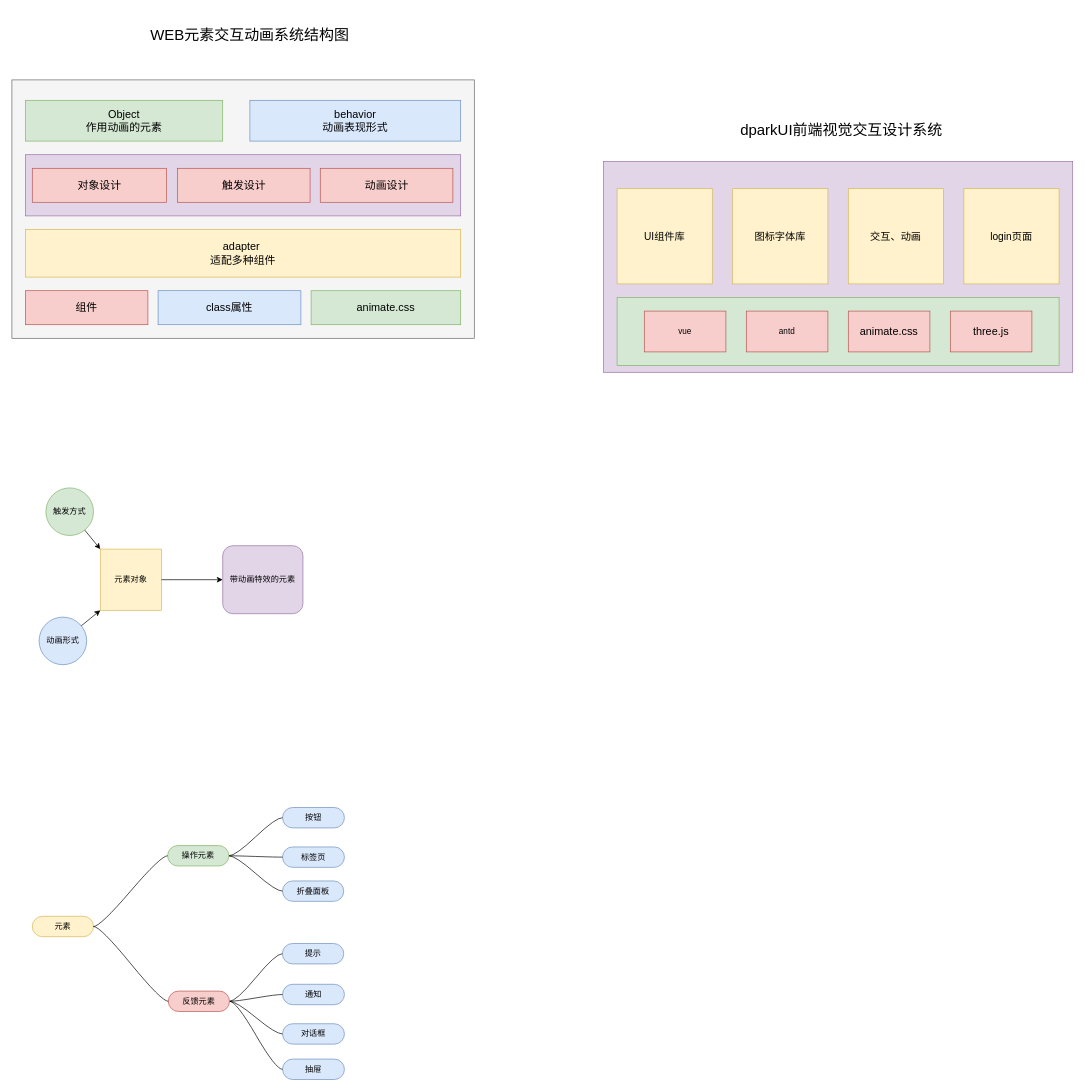
meterXu/drawiofile keeps this draw.io diagram as WEB元素交互动画系统设计.drawio. Above is the earlier version. Source tidied: cells renumbered, new cells numbered last; positions are measured from the earlier drawing's top-left corner, leaving out a move shared by most shapes. Both pictures are drawn from the tidied source at 68%, with x=0, y=0 at pixel (12, 12).
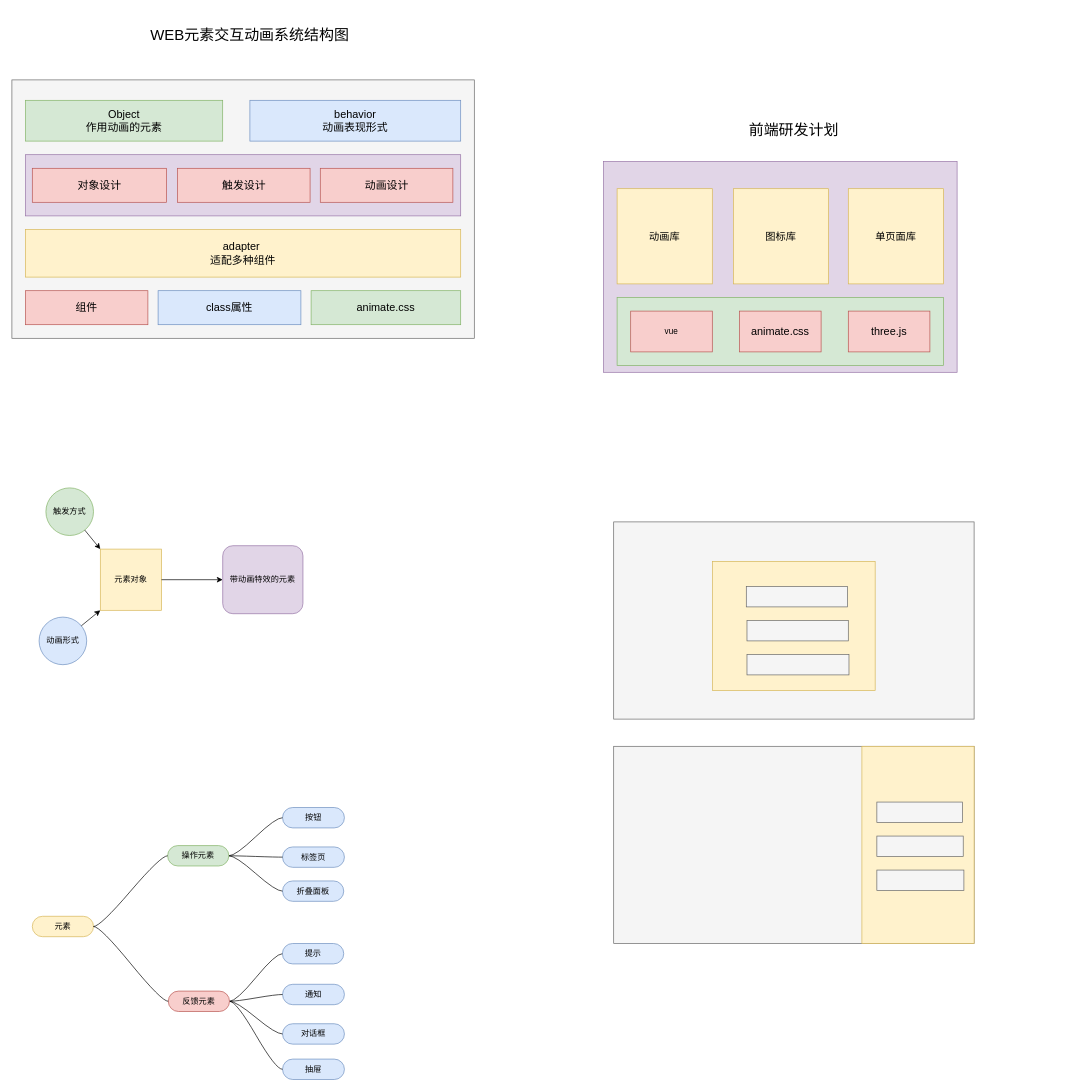
Above is the later version.

Commit message:
Update WEB元素交互动画系统设计.drawio

Diff of the diagram source:
```diff
@@
     <mxCell id="40" style="rounded=0;whiteSpace=wrap;html=1;fillColor=#e1d5e7;strokeColor=#9673a6;" parent="1" vertex="1">
-      <mxGeometry x="870" y="220" width="690" height="310" as="geometry" />
+      <mxGeometry x="870" y="220" width="520" height="310" as="geometry" />
     </mxCell>
-    <mxCell id="41" value="&lt;font style=&quot;font-size: 22px&quot;&gt;dparkUI前端视觉交互设计系统&lt;/font&gt;" style="text;html=1;strokeColor=none;fillColor=none;align=center;verticalAlign=middle;whiteSpace=wrap;rounded=0;" parent="1" vertex="1">
-      <mxGeometry x="1050" y="140" width="340" height="70" as="geometry" />
+    <mxCell id="41" value="&lt;font style=&quot;font-size: 22px&quot;&gt;前端研发计划&lt;/font&gt;" style="text;html=1;strokeColor=none;fillColor=none;align=center;verticalAlign=middle;whiteSpace=wrap;rounded=0;" parent="1" vertex="1">
+      <mxGeometry x="980" y="140" width="340" height="70" as="geometry" />
     </mxCell>
-    <mxCell id="42" value="&lt;font style=&quot;font-size: 15px&quot;&gt;UI组件库&lt;/font&gt;" style="rounded=0;whiteSpace=wrap;html=1;fillColor=#fff2cc;strokeColor=#d6b656;" parent="1" vertex="1">
-      <mxGeometry x="890" y="260" width="140" height="140" as="geometry" />
-    </mxCell>
-    <mxCell id="43" value="&lt;font style=&quot;font-size: 15px&quot;&gt;图标字体库&lt;/font&gt;" style="rounded=0;whiteSpace=wrap;html=1;fillColor=#fff2cc;strokeColor=#d6b656;" parent="1" vertex="1">
-      <mxGeometry x="1060" y="260" width="140" height="140" as="geometry" />
+    <mxCell id="43" value="&lt;font style=&quot;font-size: 15px&quot;&gt;图标库&lt;/font&gt;" style="rounded=0;whiteSpace=wrap;html=1;fillColor=#fff2cc;strokeColor=#d6b656;" parent="1" vertex="1">
+      <mxGeometry x="1061" y="260" width="140" height="140" as="geometry" />
     </mxCell>
-    <mxCell id="44" value="&lt;font style=&quot;font-size: 15px&quot;&gt;交互、动画&lt;/font&gt;" style="rounded=0;whiteSpace=wrap;html=1;fillColor=#fff2cc;strokeColor=#d6b656;" parent="1" vertex="1">
-      <mxGeometry x="1230" y="260" width="140" height="140" as="geometry" />
+    <mxCell id="44" value="&lt;font style=&quot;font-size: 15px&quot;&gt;动画库&lt;/font&gt;" style="rounded=0;whiteSpace=wrap;html=1;fillColor=#fff2cc;strokeColor=#d6b656;" parent="1" vertex="1">
+      <mxGeometry x="890" y="260" width="140" height="140" as="geometry" />
     </mxCell>
-    <mxCell id="45" value="&lt;font style=&quot;font-size: 15px&quot;&gt;login页面&lt;/font&gt;" style="rounded=0;whiteSpace=wrap;html=1;fillColor=#fff2cc;strokeColor=#d6b656;" parent="1" vertex="1">
-      <mxGeometry x="1400" y="260" width="140" height="140" as="geometry" />
+    <mxCell id="45" value="&lt;font style=&quot;font-size: 15px&quot;&gt;单页面库&lt;/font&gt;" style="rounded=0;whiteSpace=wrap;html=1;fillColor=#fff2cc;strokeColor=#d6b656;" parent="1" vertex="1">
+      <mxGeometry x="1230" y="260" width="140" height="140" as="geometry" />
     </mxCell>
     <mxCell id="46" style="rounded=0;whiteSpace=wrap;html=1;fillColor=#d5e8d4;strokeColor=#82b366;" parent="1" vertex="1">
-      <mxGeometry x="890" y="420" width="650" height="100" as="geometry" />
+      <mxGeometry x="890" y="420" width="480" height="100" as="geometry" />
     </mxCell>
     <mxCell id="47" value="vue" style="rounded=0;whiteSpace=wrap;html=1;fillColor=#f8cecc;strokeColor=#b85450;" parent="1" vertex="1">
-      <mxGeometry x="930" y="440" width="120" height="60" as="geometry" />
+      <mxGeometry x="910" y="440" width="120" height="60" as="geometry" />
     </mxCell>
-    <mxCell id="48" value="antd" style="rounded=0;whiteSpace=wrap;html=1;fillColor=#f8cecc;strokeColor=#b85450;" parent="1" vertex="1">
-      <mxGeometry x="1080" y="440" width="120" height="60" as="geometry" />
-    </mxCell>
     <mxCell id="49" value="&lt;span style=&quot;font-size: 16px&quot;&gt;animate.css&lt;/span&gt;" style="rounded=0;whiteSpace=wrap;html=1;fillColor=#f8cecc;strokeColor=#b85450;" parent="1" vertex="1">
-      <mxGeometry x="1230" y="440" width="120" height="60" as="geometry" />
+      <mxGeometry x="1070" y="440" width="120" height="60" as="geometry" />
     </mxCell>
     <mxCell id="50" value="&lt;span style=&quot;font-size: 16px&quot;&gt;three.js&lt;/span&gt;" style="rounded=0;whiteSpace=wrap;html=1;fillColor=#f8cecc;strokeColor=#b85450;" parent="1" vertex="1">
-      <mxGeometry x="1380" y="440" width="120" height="60" as="geometry" />
+      <mxGeometry x="1230" y="440" width="120" height="60" as="geometry" />
     </mxCell>
+    <mxCell id="51" style="rounded=0;whiteSpace=wrap;html=1;fillColor=#f5f5f5;strokeColor=#666666;fontColor=#333333;" parent="1" vertex="1">
+      <mxGeometry x="885" y="750" width="530" height="290" as="geometry" />
+    </mxCell>
+    <mxCell id="52" style="rounded=0;whiteSpace=wrap;html=1;fillColor=#fff2cc;strokeColor=#d6b656;" parent="1" vertex="1">
+      <mxGeometry x="1030.5" y="808" width="239" height="190" as="geometry" />
+    </mxCell>
+    <mxCell id="53" style="rounded=0;whiteSpace=wrap;html=1;strokeWidth=1;fillColor=#f5f5f5;strokeColor=#666666;fontColor=#333333;" parent="1" vertex="1">
+      <mxGeometry x="1080" y="845" width="149" height="30" as="geometry" />
+    </mxCell>
+    <mxCell id="54" style="rounded=0;whiteSpace=wrap;html=1;strokeWidth=1;fillColor=#f5f5f5;strokeColor=#666666;fontColor=#333333;" parent="1" vertex="1">
+      <mxGeometry x="1081" y="895" width="149" height="30" as="geometry" />
+    </mxCell>
+    <mxCell id="55" style="rounded=0;whiteSpace=wrap;html=1;strokeWidth=1;fillColor=#f5f5f5;strokeColor=#666666;fontColor=#333333;" parent="1" vertex="1">
+      <mxGeometry x="1081" y="945" width="150" height="30" as="geometry" />
+    </mxCell>
+    <mxCell id="56" style="rounded=0;whiteSpace=wrap;html=1;fillColor=#f5f5f5;strokeColor=#666666;fontColor=#333333;" parent="1" vertex="1">
+      <mxGeometry x="885" y="1080" width="530" height="290" as="geometry" />
+    </mxCell>
+    <mxCell id="57" style="rounded=0;whiteSpace=wrap;html=1;fillColor=#fff2cc;strokeColor=#d6b656;" parent="1" vertex="1">
+      <mxGeometry x="1250" y="1080" width="165" height="290" as="geometry" />
+    </mxCell>
+    <mxCell id="58" style="rounded=0;whiteSpace=wrap;html=1;strokeWidth=1;fillColor=#f5f5f5;strokeColor=#666666;fontColor=#333333;" parent="1" vertex="1">
+      <mxGeometry x="1272" y="1162" width="126" height="30" as="geometry" />
+    </mxCell>
+    <mxCell id="59" style="rounded=0;whiteSpace=wrap;html=1;strokeWidth=1;fillColor=#f5f5f5;strokeColor=#666666;fontColor=#333333;" parent="1" vertex="1">
+      <mxGeometry x="1272" y="1212" width="127" height="30" as="geometry" />
+    </mxCell>
+    <mxCell id="60" style="rounded=0;whiteSpace=wrap;html=1;strokeWidth=1;fillColor=#f5f5f5;strokeColor=#666666;fontColor=#333333;" parent="1" vertex="1">
+      <mxGeometry x="1272" y="1262" width="128" height="30" as="geometry" />
+    </mxCell>
```
